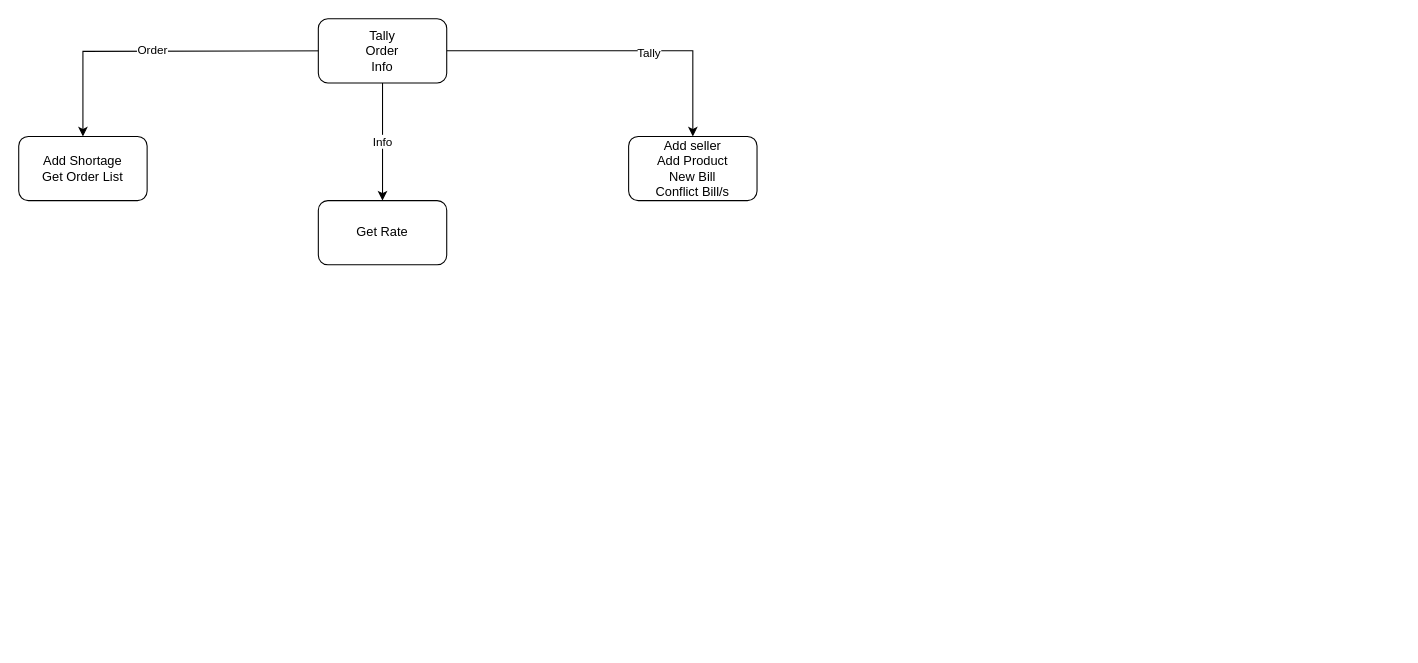
Aaqib3030/ShamaTally keeps this draw.io diagram as Flow/Untitled Diagram.drawio. Above is the earlier version. Source tidied: cells renumbered, new cells numbered last; positions are measured from the earlier drawing's top-left corner, leaving out a move shared by most shapes. Both pictures are drawn from the tidied source at 107%, with x=0, y=0 at pixel (18, 18).
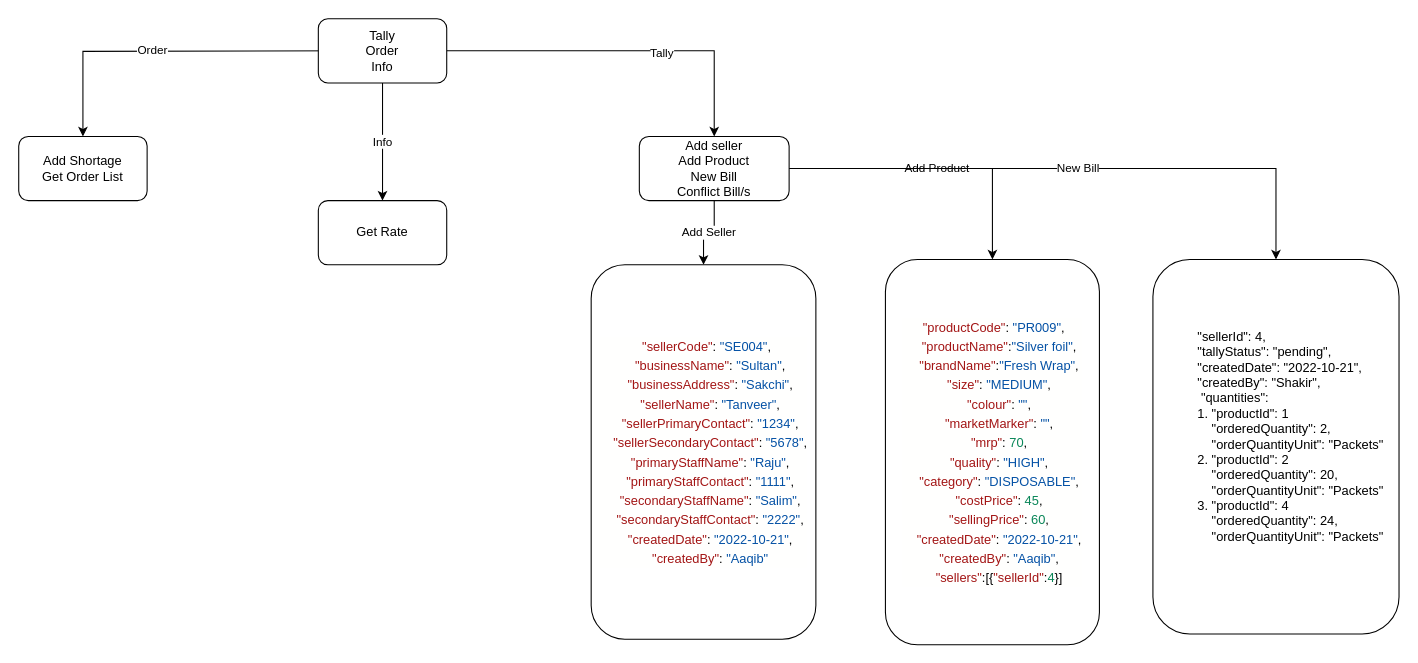
After the change.

Commit message:
Tally Flow updated

Change to the diagram source:
```diff
@@
 <mxGraphModel>
   <root>
     <mxCell id="0" />
     <mxCell id="1" parent="0" />
     <mxCell id="2" style="edgeStyle=orthogonalEdgeStyle;rounded=0;jettySize=auto;html=1;" parent="1" edge="1" target="5">
       <mxGeometry relative="1" as="geometry">
         <mxPoint x="320" y="30" as="sourcePoint" />
       </mxGeometry>
     </mxCell>
     <mxCell id="3" value="Order" style="edgeLabel;html=1;align=center;verticalAlign=middle;" parent="2" vertex="1">
       <mxGeometry x="0.15" y="-2" relative="1" as="geometry" />
     </mxCell>
+    <mxCell id="11" value="Add Seller" style="edgeStyle=orthogonalEdgeStyle;rounded=0;jettySize=auto;html=1;" parent="1" edge="1" source="4" target="14">
+      <mxGeometry relative="1" as="geometry" />
+    </mxCell>
+    <mxCell id="12" value="Add Product" style="edgeStyle=orthogonalEdgeStyle;rounded=0;jettySize=auto;html=1;" parent="1" edge="1" source="4" target="15">
+      <mxGeometry relative="1" as="geometry" />
+    </mxCell>
+    <mxCell id="13" value="New Bill" style="edgeStyle=orthogonalEdgeStyle;rounded=0;jettySize=auto;html=1;entryX=0.5;entryY=0;entryDx=0;entryDy=0;" parent="1" edge="1" source="4" target="16">
+      <mxGeometry relative="1" as="geometry" />
+    </mxCell>
     <mxCell id="4" value="Add seller&lt;br&gt;Add Product&lt;br&gt;New Bill&lt;br&gt;Conflict Bill/s" style="rounded=1;whiteSpace=wrap;html=1;" parent="1" vertex="1">
-      <mxGeometry x="570" y="110" width="120" height="60" as="geometry" />
+      <mxGeometry x="580" y="110" width="140" height="60" as="geometry" />
     </mxCell>
     <mxCell id="5" value="Add Shortage&lt;br&gt;Get Order List" style="rounded=1;whiteSpace=wrap;html=1;" parent="1" vertex="1">
       <mxGeometry y="110" width="120" height="60" as="geometry" />
     </mxCell>
     <mxCell id="6" value="Get Rate" style="rounded=1;whiteSpace=wrap;html=1;" parent="1" vertex="1">
       <mxGeometry x="280" y="170" width="120" height="60" as="geometry" />
     </mxCell>
     <mxCell id="7" style="edgeStyle=orthogonalEdgeStyle;rounded=0;jettySize=auto;html=1;" parent="1" edge="1" source="10" target="4">
       <mxGeometry relative="1" as="geometry" />
     </mxCell>
     <mxCell id="8" value="Tally" style="edgeLabel;html=1;align=center;verticalAlign=middle;" parent="7" vertex="1">
       <mxGeometry x="0.21" y="-1" relative="1" as="geometry" />
     </mxCell>
     <mxCell id="9" value="Info" style="edgeStyle=orthogonalEdgeStyle;rounded=0;jettySize=auto;html=1;" parent="1" edge="1" source="10" target="6">
       <mxGeometry relative="1" as="geometry" />
     </mxCell>
     <mxCell id="10" value="&lt;span style=&quot;&quot;&gt;Tally&lt;/span&gt;&lt;br style=&quot;&quot;&gt;&lt;span style=&quot;&quot;&gt;Order&lt;/span&gt;&lt;br style=&quot;&quot;&gt;&lt;span style=&quot;&quot;&gt;Info&lt;/span&gt;" style="rounded=1;whiteSpace=wrap;html=1;" parent="1" vertex="1">
       <mxGeometry x="280" width="120" height="60" as="geometry" />
     </mxCell>
+    <mxCell id="14" value="&lt;div style=&quot;background-color: rgb(255, 255, 254); line-height: 18px;&quot;&gt;&lt;div&gt;&amp;nbsp;&amp;nbsp;&lt;span style=&quot;color: #a31515;&quot;&gt;&quot;sellerCode&quot;&lt;/span&gt;:&amp;nbsp;&lt;span style=&quot;color: #0451a5;&quot;&gt;&quot;SE004&quot;&lt;/span&gt;,&lt;/div&gt;&lt;div&gt;&amp;nbsp;&amp;nbsp;&amp;nbsp;&amp;nbsp;&lt;span style=&quot;color: #a31515;&quot;&gt;&quot;businessName&quot;&lt;/span&gt;:&amp;nbsp;&lt;span style=&quot;color: #0451a5;&quot;&gt;&quot;Sultan&quot;&lt;/span&gt;,&lt;/div&gt;&lt;div&gt;&amp;nbsp;&amp;nbsp;&amp;nbsp;&amp;nbsp;&lt;span style=&quot;color: #a31515;&quot;&gt;&quot;businessAddress&quot;&lt;/span&gt;:&amp;nbsp;&lt;span style=&quot;color: #0451a5;&quot;&gt;&quot;Sakchi&quot;&lt;/span&gt;,&lt;/div&gt;&lt;div&gt;&amp;nbsp;&amp;nbsp;&amp;nbsp;&amp;nbsp;&lt;span style=&quot;color: #a31515;&quot;&gt;&quot;sellerName&quot;&lt;/span&gt;:&amp;nbsp;&lt;span style=&quot;color: #0451a5;&quot;&gt;&quot;Tanveer&quot;&lt;/span&gt;,&lt;/div&gt;&lt;div&gt;&amp;nbsp;&amp;nbsp;&amp;nbsp;&amp;nbsp;&lt;span style=&quot;color: #a31515;&quot;&gt;&quot;sellerPrimaryContact&quot;&lt;/span&gt;:&amp;nbsp;&lt;span style=&quot;color: #0451a5;&quot;&gt;&quot;1234&quot;&lt;/span&gt;,&lt;/div&gt;&lt;div&gt;&amp;nbsp;&amp;nbsp;&amp;nbsp;&amp;nbsp;&lt;span style=&quot;color: #a31515;&quot;&gt;&quot;sellerSecondaryContact&quot;&lt;/span&gt;:&amp;nbsp;&lt;span style=&quot;color: #0451a5;&quot;&gt;&quot;5678&quot;&lt;/span&gt;,&lt;/div&gt;&lt;div&gt;&amp;nbsp;&amp;nbsp;&amp;nbsp;&amp;nbsp;&lt;span style=&quot;color: #a31515;&quot;&gt;&quot;primaryStaffName&quot;&lt;/span&gt;:&amp;nbsp;&lt;span style=&quot;color: #0451a5;&quot;&gt;&quot;Raju&quot;&lt;/span&gt;,&lt;/div&gt;&lt;div&gt;&amp;nbsp;&amp;nbsp;&amp;nbsp;&amp;nbsp;&lt;span style=&quot;color: #a31515;&quot;&gt;&quot;primaryStaffContact&quot;&lt;/span&gt;:&amp;nbsp;&lt;span style=&quot;color: #0451a5;&quot;&gt;&quot;1111&quot;&lt;/span&gt;,&lt;/div&gt;&lt;div&gt;&amp;nbsp;&amp;nbsp;&amp;nbsp;&amp;nbsp;&lt;span style=&quot;color: #a31515;&quot;&gt;&quot;secondaryStaffName&quot;&lt;/span&gt;:&amp;nbsp;&lt;span style=&quot;color: #0451a5;&quot;&gt;&quot;Salim&quot;&lt;/span&gt;,&lt;/div&gt;&lt;div&gt;&amp;nbsp;&amp;nbsp;&amp;nbsp;&amp;nbsp;&lt;span style=&quot;color: #a31515;&quot;&gt;&quot;secondaryStaffContact&quot;&lt;/span&gt;:&amp;nbsp;&lt;span style=&quot;color: #0451a5;&quot;&gt;&quot;2222&quot;&lt;/span&gt;,&lt;/div&gt;&lt;div&gt;&amp;nbsp;&amp;nbsp;&amp;nbsp;&amp;nbsp;&lt;span style=&quot;color: #a31515;&quot;&gt;&quot;createdDate&quot;&lt;/span&gt;:&amp;nbsp;&lt;span style=&quot;color: #0451a5;&quot;&gt;&quot;2022-10-21&quot;&lt;/span&gt;,&lt;/div&gt;&lt;div&gt;&amp;nbsp;&amp;nbsp;&amp;nbsp;&amp;nbsp;&lt;span style=&quot;color: #a31515;&quot;&gt;&quot;createdBy&quot;&lt;/span&gt;:&amp;nbsp;&lt;span style=&quot;color: #0451a5;&quot;&gt;&quot;Aaqib&quot;&lt;/span&gt;&lt;/div&gt;&lt;/div&gt;" style="rounded=1;whiteSpace=wrap;html=1;" parent="1" vertex="1">
+      <mxGeometry x="535" y="230" width="210" height="350" as="geometry" />
+    </mxCell>
+    <mxCell id="15" value="&lt;div style=&quot;background-color: rgb(255, 255, 254); line-height: 18px;&quot;&gt;&lt;div&gt;&amp;nbsp;&lt;span style=&quot;color: #a31515;&quot;&gt;&quot;productCode&quot;&lt;/span&gt;:&amp;nbsp;&lt;span style=&quot;color: #0451a5;&quot;&gt;&quot;PR009&quot;&lt;/span&gt;,&lt;/div&gt;&lt;div&gt;&amp;nbsp;&amp;nbsp;&amp;nbsp;&amp;nbsp;&lt;span style=&quot;color: #a31515;&quot;&gt;&quot;productName&quot;&lt;/span&gt;:&lt;span style=&quot;color: #0451a5;&quot;&gt;&quot;Silver&amp;nbsp;foil&quot;&lt;/span&gt;,&lt;/div&gt;&lt;div&gt;&amp;nbsp;&amp;nbsp;&amp;nbsp;&amp;nbsp;&lt;span style=&quot;color: #a31515;&quot;&gt;&quot;brandName&quot;&lt;/span&gt;:&lt;span style=&quot;color: #0451a5;&quot;&gt;&quot;Fresh&amp;nbsp;Wrap&quot;&lt;/span&gt;,&lt;/div&gt;&lt;div&gt;&amp;nbsp;&amp;nbsp;&amp;nbsp;&amp;nbsp;&lt;span style=&quot;color: #a31515;&quot;&gt;&quot;size&quot;&lt;/span&gt;:&amp;nbsp;&lt;span style=&quot;color: #0451a5;&quot;&gt;&quot;MEDIUM&quot;&lt;/span&gt;,&lt;/div&gt;&lt;div&gt;&amp;nbsp;&amp;nbsp;&amp;nbsp;&amp;nbsp;&lt;span style=&quot;color: #a31515;&quot;&gt;&quot;colour&quot;&lt;/span&gt;:&amp;nbsp;&lt;span style=&quot;color: #0451a5;&quot;&gt;&quot;&quot;&lt;/span&gt;,&lt;/div&gt;&lt;div&gt;&amp;nbsp;&amp;nbsp;&amp;nbsp;&amp;nbsp;&lt;span style=&quot;color: #a31515;&quot;&gt;&quot;marketMarker&quot;&lt;/span&gt;:&amp;nbsp;&lt;span style=&quot;color: #0451a5;&quot;&gt;&quot;&quot;&lt;/span&gt;,&lt;/div&gt;&lt;div&gt;&amp;nbsp;&amp;nbsp;&amp;nbsp;&amp;nbsp;&lt;span style=&quot;color: #a31515;&quot;&gt;&quot;mrp&quot;&lt;/span&gt;:&amp;nbsp;&lt;span style=&quot;color: #098658;&quot;&gt;70&lt;/span&gt;,&lt;/div&gt;&lt;div&gt;&amp;nbsp;&amp;nbsp;&amp;nbsp;&amp;nbsp;&lt;span style=&quot;color: #a31515;&quot;&gt;&quot;quality&quot;&lt;/span&gt;:&amp;nbsp;&lt;span style=&quot;color: #0451a5;&quot;&gt;&quot;HIGH&quot;&lt;/span&gt;,&lt;/div&gt;&lt;div&gt;&amp;nbsp;&amp;nbsp;&amp;nbsp;&amp;nbsp;&lt;span style=&quot;color: #a31515;&quot;&gt;&quot;category&quot;&lt;/span&gt;:&amp;nbsp;&lt;span style=&quot;color: #0451a5;&quot;&gt;&quot;DISPOSABLE&quot;&lt;/span&gt;,&lt;/div&gt;&lt;div&gt;&amp;nbsp;&amp;nbsp;&amp;nbsp;&amp;nbsp;&lt;span style=&quot;color: #a31515;&quot;&gt;&quot;costPrice&quot;&lt;/span&gt;:&amp;nbsp;&lt;span style=&quot;color: #098658;&quot;&gt;45&lt;/span&gt;,&lt;/div&gt;&lt;div&gt;&amp;nbsp;&amp;nbsp;&amp;nbsp;&amp;nbsp;&lt;span style=&quot;color: #a31515;&quot;&gt;&quot;sellingPrice&quot;&lt;/span&gt;:&amp;nbsp;&lt;span style=&quot;color: #098658;&quot;&gt;60&lt;/span&gt;,&lt;/div&gt;&lt;div&gt;&amp;nbsp;&amp;nbsp;&amp;nbsp;&amp;nbsp;&lt;span style=&quot;color: #a31515;&quot;&gt;&quot;createdDate&quot;&lt;/span&gt;:&amp;nbsp;&lt;span style=&quot;color: #0451a5;&quot;&gt;&quot;2022-10-21&quot;&lt;/span&gt;,&lt;/div&gt;&lt;div&gt;&amp;nbsp;&amp;nbsp;&amp;nbsp;&amp;nbsp;&lt;span style=&quot;color: #a31515;&quot;&gt;&quot;createdBy&quot;&lt;/span&gt;:&amp;nbsp;&lt;span style=&quot;color: #0451a5;&quot;&gt;&quot;Aaqib&quot;&lt;/span&gt;,&lt;/div&gt;&lt;div&gt;&amp;nbsp;&amp;nbsp;&amp;nbsp;&amp;nbsp;&lt;span style=&quot;color: #a31515;&quot;&gt;&quot;sellers&quot;&lt;/span&gt;:[{&lt;span style=&quot;color: #a31515;&quot;&gt;&quot;sellerId&quot;&lt;/span&gt;:&lt;span style=&quot;color: #098658;&quot;&gt;4&lt;/span&gt;}]&lt;/div&gt;&lt;/div&gt;" style="rounded=1;whiteSpace=wrap;html=1;" parent="1" vertex="1">
+      <mxGeometry x="810" y="225" width="200" height="360" as="geometry" />
+    </mxCell>
+    <mxCell id="16" value="&lt;blockquote style=&quot;margin: 0 0 0 40px; border: none; padding: 0px;&quot;&gt;&lt;span style=&quot;background-color: initial;&quot;&gt;&quot;sellerId&quot;&lt;/span&gt;&lt;span style=&quot;background-color: initial;&quot;&gt;:&amp;nbsp;&lt;/span&gt;&lt;span style=&quot;background-color: initial;&quot;&gt;4&lt;/span&gt;&lt;span style=&quot;background-color: initial;&quot;&gt;,&lt;br&gt;&lt;/span&gt;&lt;span style=&quot;background-color: initial;&quot;&gt;&quot;tallyStatus&quot;&lt;/span&gt;&lt;span style=&quot;background-color: initial;&quot;&gt;:&amp;nbsp;&lt;/span&gt;&lt;span style=&quot;background-color: initial;&quot;&gt;&quot;pending&quot;,&lt;/span&gt;&lt;/blockquote&gt;&lt;blockquote style=&quot;margin: 0 0 0 40px; border: none; padding: 0px;&quot;&gt;&lt;span style=&quot;background-color: initial;&quot;&gt;&quot;createdDate&quot;&lt;/span&gt;&lt;span style=&quot;background-color: initial;&quot;&gt;:&amp;nbsp;&lt;/span&gt;&lt;span style=&quot;background-color: initial;&quot;&gt;&quot;2022-10-21&quot;&lt;/span&gt;&lt;span style=&quot;background-color: initial;&quot;&gt;,&lt;br&gt;&lt;/span&gt;&lt;span style=&quot;background-color: initial;&quot;&gt;&quot;createdBy&quot;&lt;/span&gt;&lt;span style=&quot;background-color: initial;&quot;&gt;:&amp;nbsp;&lt;/span&gt;&lt;span style=&quot;background-color: initial;&quot;&gt;&quot;Shakir&quot;,&lt;/span&gt;&lt;/blockquote&gt;&lt;blockquote style=&quot;margin: 0 0 0 40px; border: none; padding: 0px;&quot;&gt;&lt;span style=&quot;background-color: initial;&quot;&gt;&amp;nbsp;&lt;/span&gt;&lt;span style=&quot;background-color: initial;&quot;&gt;&quot;quantities&quot;&lt;/span&gt;&lt;span style=&quot;background-color: initial;&quot;&gt;:&amp;nbsp;&lt;/span&gt;&lt;span style=&quot;background-color: initial;&quot;&gt;&lt;br&gt;&lt;/span&gt;&lt;span style=&quot;background-color: initial;&quot;&gt;1.&amp;nbsp;&lt;/span&gt;&lt;span style=&quot;background-color: initial;&quot;&gt;&quot;productId&quot;&lt;/span&gt;&lt;span style=&quot;background-color: initial;&quot;&gt;: 1&lt;/span&gt;&lt;/blockquote&gt;&lt;blockquote style=&quot;margin: 0 0 0 40px; border: none; padding: 0px;&quot;&gt;&lt;span style=&quot;background-color: initial;&quot;&gt;&amp;nbsp; &amp;nbsp;&amp;nbsp;&lt;/span&gt;&lt;span style=&quot;background-color: initial;&quot;&gt;&quot;orderedQuantity&quot;&lt;/span&gt;&lt;span style=&quot;background-color: initial;&quot;&gt;:&amp;nbsp;&lt;/span&gt;&lt;span style=&quot;background-color: initial;&quot;&gt;2&lt;/span&gt;&lt;span style=&quot;background-color: initial;&quot;&gt;,&lt;/span&gt;&lt;span style=&quot;background-color: initial;&quot;&gt;&lt;br&gt;&lt;/span&gt;&lt;span style=&quot;background-color: initial;&quot;&gt;&amp;nbsp; &amp;nbsp;&amp;nbsp;&lt;/span&gt;&lt;span style=&quot;background-color: initial;&quot;&gt;&quot;orderQuantityUnit&quot;&lt;/span&gt;&lt;span style=&quot;background-color: initial;&quot;&gt;:&amp;nbsp;&lt;/span&gt;&lt;span style=&quot;background-color: initial;&quot;&gt;&quot;Packets&quot;&lt;/span&gt;&lt;/blockquote&gt;&lt;blockquote style=&quot;margin: 0 0 0 40px; border: none; padding: 0px;&quot;&gt;&lt;/blockquote&gt;&lt;blockquote style=&quot;margin: 0 0 0 40px; border: none; padding: 0px;&quot;&gt;&lt;/blockquote&gt;&lt;blockquote style=&quot;margin: 0 0 0 40px; border: none; padding: 0px;&quot;&gt;&lt;/blockquote&gt;&lt;blockquote style=&quot;margin: 0 0 0 40px; border: none; padding: 0px;&quot;&gt;&lt;/blockquote&gt;&lt;blockquote style=&quot;margin: 0 0 0 40px; border: none; padding: 0px;&quot;&gt;&lt;span style=&quot;background-color: initial;&quot;&gt;2.&amp;nbsp;&lt;/span&gt;&lt;span style=&quot;background-color: initial;&quot;&gt;&quot;productId&quot;&lt;/span&gt;&lt;span style=&quot;background-color: initial;&quot;&gt;: 2&lt;/span&gt;&lt;br&gt;&lt;blockquote style=&quot;margin: 0 0 0 40px; border: none; padding: 0px;&quot;&gt;&lt;div style=&quot;line-height: 18px;&quot;&gt;&lt;div style=&quot;&quot;&gt;&lt;blockquote style=&quot;margin: 0px 0px 0px 40px; border: none; padding: 0px;&quot;&gt;&lt;/blockquote&gt;&lt;/div&gt;&lt;/div&gt;&lt;/blockquote&gt;&lt;span style=&quot;background-color: initial;&quot;&gt;&amp;nbsp; &amp;nbsp;&amp;nbsp;&lt;/span&gt;&lt;span style=&quot;background-color: initial;&quot;&gt;&quot;orderedQuantity&quot;&lt;/span&gt;&lt;span style=&quot;background-color: initial;&quot;&gt;:&amp;nbsp;&lt;/span&gt;&lt;span style=&quot;background-color: initial;&quot;&gt;20&lt;/span&gt;&lt;span style=&quot;background-color: initial;&quot;&gt;,&lt;/span&gt;&lt;br&gt;&lt;span style=&quot;background-color: initial;&quot;&gt;&amp;nbsp; &amp;nbsp;&amp;nbsp;&lt;/span&gt;&lt;span style=&quot;background-color: initial;&quot;&gt;&quot;orderQuantityUnit&quot;&lt;/span&gt;&lt;span style=&quot;background-color: initial;&quot;&gt;:&amp;nbsp;&lt;/span&gt;&lt;span style=&quot;background-color: initial;&quot;&gt;&quot;Packets&quot;&lt;/span&gt;&lt;/blockquote&gt;&lt;blockquote style=&quot;margin: 0 0 0 40px; border: none; padding: 0px;&quot;&gt;&lt;span style=&quot;background-color: initial;&quot;&gt;3.&amp;nbsp;&lt;/span&gt;&lt;span style=&quot;background-color: initial;&quot;&gt;&quot;productId&quot;&lt;/span&gt;&lt;span style=&quot;background-color: initial;&quot;&gt;: 4&lt;/span&gt;&lt;blockquote style=&quot;margin: 0px 0px 0px 40px; border: none; padding: 0px;&quot;&gt;&lt;/blockquote&gt;&lt;span style=&quot;background-color: initial;&quot;&gt;&amp;nbsp; &amp;nbsp;&amp;nbsp;&lt;/span&gt;&lt;span style=&quot;background-color: initial;&quot;&gt;&quot;orderedQuantity&quot;&lt;/span&gt;&lt;span style=&quot;background-color: initial;&quot;&gt;:&amp;nbsp;&lt;/span&gt;&lt;span style=&quot;background-color: initial;&quot;&gt;24&lt;/span&gt;&lt;span style=&quot;background-color: initial;&quot;&gt;,&lt;/span&gt;&lt;br&gt;&lt;span style=&quot;background-color: initial;&quot;&gt;&amp;nbsp; &amp;nbsp;&amp;nbsp;&lt;/span&gt;&lt;span style=&quot;background-color: initial;&quot;&gt;&quot;orderQuantityUnit&quot;&lt;/span&gt;&lt;span style=&quot;background-color: initial;&quot;&gt;:&amp;nbsp;&lt;/span&gt;&lt;span style=&quot;background-color: initial;&quot;&gt;&quot;Packets&quot;&lt;/span&gt;&lt;blockquote style=&quot;margin: 0px 0px 0px 40px; border: none; padding: 0px;&quot;&gt;&lt;/blockquote&gt;&lt;blockquote style=&quot;margin: 0px 0px 0px 40px; border: none; padding: 0px;&quot;&gt;&lt;/blockquote&gt;&lt;blockquote style=&quot;margin: 0px 0px 0px 40px; border: none; padding: 0px;&quot;&gt;&lt;/blockquote&gt;&lt;blockquote style=&quot;margin: 0px 0px 0px 40px; border: none; padding: 0px;&quot;&gt;&lt;/blockquote&gt;&lt;blockquote style=&quot;margin: 0px 0px 0px 40px; border: none; padding: 0px;&quot;&gt;&lt;blockquote style=&quot;margin: 0px 0px 0px 40px; border: none; padding: 0px;&quot;&gt;&lt;div style=&quot;line-height: 18px;&quot;&gt;&lt;br&gt;&lt;/div&gt;&lt;/blockquote&gt;&lt;/blockquote&gt;&lt;/blockquote&gt;" style="rounded=1;whiteSpace=wrap;html=1;align=left;" parent="1" vertex="1">
+      <mxGeometry x="1060" y="225" width="230" height="350" as="geometry" />
+    </mxCell>
   </root>
 </mxGraphModel>
```
